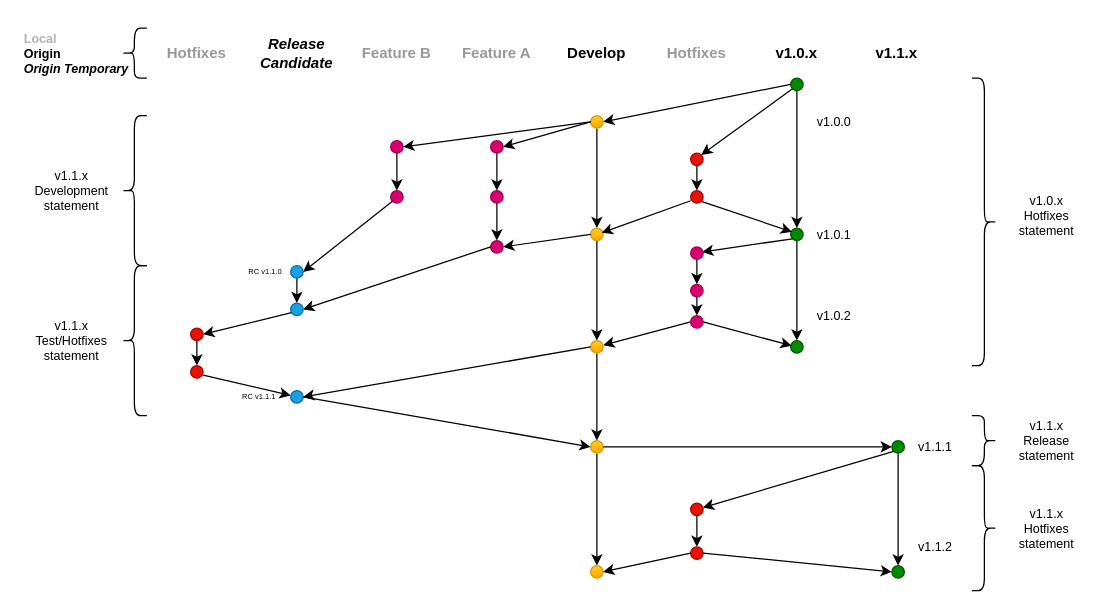
Earlier version of the draw.io diagram page "Page-2" (2 of 2) of gitflow1.drawio (bigkernel/docs). Source tidied: cells renumbered, new cells numbered last; positions are measured from the earlier drawing's top-left corner, leaving out a move shared by most shapes. Both pictures are drawn from the tidied source at 125%, with x=0, y=0 at pixel (21, 21).
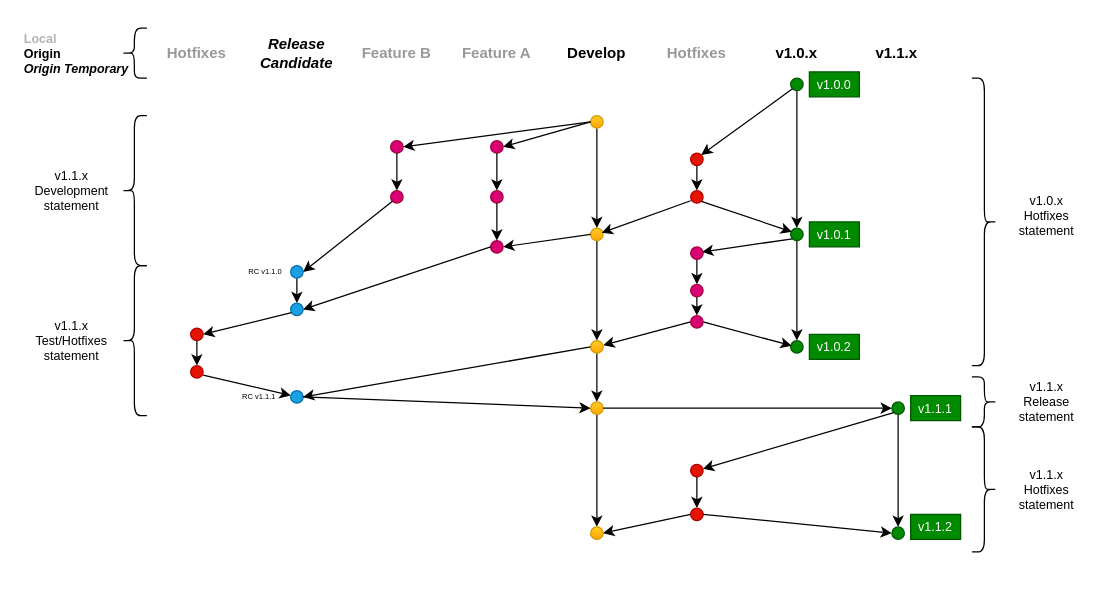
Above is the later version.

Unchanged cells that the change refers to:
```xml
<mxCell id="8" style="ellipse;whiteSpace=wrap;html=1;fillColor=#008a00;strokeColor=#005700;fontColor=#ffffff;" parent="1" vertex="1">
  <mxGeometry x="615" y="45" width="10" height="10" as="geometry" />
</mxCell>
<mxCell id="10" style="ellipse;whiteSpace=wrap;html=1;fillColor=#ffcd28;strokeColor=#d79b00;gradientColor=#ffa500;" parent="1" vertex="1">
  <mxGeometry x="455" y="75" width="10" height="10" as="geometry" />
</mxCell>
```

Diff of the diagram source:
```diff
@@
-    <mxCell id="11" style="endArrow=classic;html=1;exitX=0;exitY=0.5;exitDx=0;exitDy=0;entryX=1;entryY=0.5;entryDx=0;entryDy=0;" parent="1" edge="1" source="8" target="10">
-      <mxGeometry relative="1" as="geometry" />
-    </mxCell>
@@
-    <mxCell id="15" value="v1.0.0" style="text;html=1;strokeColor=none;fillColor=none;align=center;verticalAlign=middle;whiteSpace=wrap;rounded=0;fontSize=10;" parent="1" vertex="1">
-      <mxGeometry x="630" y="70" width="40" height="20" as="geometry" />
+    <mxCell id="15" value="v1.0.0" style="text;html=1;strokeColor=#005700;fillColor=#008a00;align=center;verticalAlign=middle;whiteSpace=wrap;rounded=0;fontSize=10;fontColor=#ffffff;" parent="1" vertex="1">
+      <mxGeometry x="630" y="40" width="40" height="20" as="geometry" />
     </mxCell>
@@
     <mxCell id="38" style="ellipse;whiteSpace=wrap;html=1;fillColor=#ffcd28;strokeColor=#d79b00;gradientColor=#ffa500;" parent="1" vertex="1">
-      <mxGeometry x="455" y="335" width="10" height="10" as="geometry" />
+      <mxGeometry x="455" y="304" width="10" height="10" as="geometry" />
     </mxCell>
@@
-    <mxCell id="53" value="v1.0.1" style="text;html=1;strokeColor=none;fillColor=none;align=center;verticalAlign=middle;whiteSpace=wrap;rounded=0;fontSize=10;" parent="1" vertex="1">
+    <mxCell id="53" value="v1.0.1" style="text;html=1;strokeColor=#005700;fillColor=#008a00;align=center;verticalAlign=middle;whiteSpace=wrap;rounded=0;fontSize=10;fontColor=#ffffff;" parent="1" vertex="1">
       <mxGeometry x="630" y="160" width="40" height="20" as="geometry" />
     </mxCell>
@@
-    <mxCell id="60" value="v1.0.2" style="text;html=1;strokeColor=none;fillColor=none;align=center;verticalAlign=middle;whiteSpace=wrap;rounded=0;fontSize=10;" parent="1" vertex="1">
-      <mxGeometry x="630" y="225" width="40" height="20" as="geometry" />
+    <mxCell id="60" value="v1.0.2" style="text;html=1;strokeColor=#005700;fillColor=#008a00;align=center;verticalAlign=middle;whiteSpace=wrap;rounded=0;fontSize=10;fontColor=#ffffff;" parent="1" vertex="1">
+      <mxGeometry x="630" y="250" width="40" height="20" as="geometry" />
     </mxCell>
@@
     <mxCell id="62" style="ellipse;whiteSpace=wrap;html=1;fillColor=#008a00;strokeColor=#005700;fontColor=#ffffff;" parent="1" vertex="1">
-      <mxGeometry x="696" y="335" width="10" height="10" as="geometry" />
+      <mxGeometry x="696" y="304" width="10" height="10" as="geometry" />
     </mxCell>
@@
-    <mxCell id="64" value="v1.1.1" style="text;html=1;strokeColor=none;fillColor=none;align=center;verticalAlign=middle;whiteSpace=wrap;rounded=0;fontSize=10;" parent="1" vertex="1">
-      <mxGeometry x="711" y="330" width="40" height="20" as="geometry" />
+    <mxCell id="64" value="v1.1.1" style="text;html=1;strokeColor=#005700;fillColor=#008a00;align=center;verticalAlign=middle;whiteSpace=wrap;rounded=0;fontSize=10;fontColor=#ffffff;" parent="1" vertex="1">
+      <mxGeometry x="711" y="299" width="40" height="20" as="geometry" />
     </mxCell>
@@
     <mxCell id="66" style="ellipse;whiteSpace=wrap;html=1;fillColor=#e51400;strokeColor=#B20000;fontColor=#ffffff;" parent="1" vertex="1">
-      <mxGeometry x="535" y="385" width="10" height="10" as="geometry" />
+      <mxGeometry x="535" y="354" width="10" height="10" as="geometry" />
     </mxCell>
@@
     <mxCell id="68" style="ellipse;whiteSpace=wrap;html=1;fillColor=#e51400;strokeColor=#B20000;fontColor=#ffffff;" parent="1" vertex="1">
-      <mxGeometry x="535" y="420" width="10" height="10" as="geometry" />
+      <mxGeometry x="535" y="389" width="10" height="10" as="geometry" />
     </mxCell>
     <mxCell id="69" style="ellipse;whiteSpace=wrap;html=1;fillColor=#ffcd28;strokeColor=#d79b00;gradientColor=#ffa500;" parent="1" vertex="1">
-      <mxGeometry x="455" y="435" width="10" height="10" as="geometry" />
+      <mxGeometry x="455" y="404" width="10" height="10" as="geometry" />
     </mxCell>
     <mxCell id="70" style="ellipse;whiteSpace=wrap;html=1;fillColor=#008a00;strokeColor=#005700;fontColor=#ffffff;" parent="1" vertex="1">
-      <mxGeometry x="696" y="435" width="10" height="10" as="geometry" />
+      <mxGeometry x="696" y="404" width="10" height="10" as="geometry" />
     </mxCell>
@@
-    <mxCell id="73" value="v1.1.2" style="text;html=1;strokeColor=none;fillColor=none;align=center;verticalAlign=middle;whiteSpace=wrap;rounded=0;fontSize=10;" parent="1" vertex="1">
-      <mxGeometry x="711" y="410" width="40" height="20" as="geometry" />
+    <mxCell id="73" value="v1.1.2" style="text;html=1;strokeColor=#005700;fillColor=#008a00;align=center;verticalAlign=middle;whiteSpace=wrap;rounded=0;fontSize=10;fontColor=#ffffff;" parent="1" vertex="1">
+      <mxGeometry x="711" y="394" width="40" height="20" as="geometry" />
     </mxCell>
@@
     <mxCell id="78" style="shape=curlyBracket;whiteSpace=wrap;html=1;rounded=1;fontSize=10;fontColor=#000000;direction=west;" parent="1" vertex="1">
-      <mxGeometry x="760" y="315" width="20" height="40" as="geometry" />
+      <mxGeometry x="760" y="284" width="20" height="40" as="geometry" />
     </mxCell>
     <mxCell id="79" value="v1.1.x Release statement" style="text;html=1;strokeColor=none;fillColor=none;align=center;verticalAlign=middle;whiteSpace=wrap;rounded=0;fontSize=10;fontColor=#000000;" parent="1" vertex="1">
-      <mxGeometry x="800" y="325" width="40" height="20" as="geometry" />
+      <mxGeometry x="800" y="294" width="40" height="20" as="geometry" />
     </mxCell>
     <mxCell id="80" style="shape=curlyBracket;whiteSpace=wrap;html=1;rounded=1;fontSize=10;fontColor=#000000;direction=west;" parent="1" vertex="1">
-      <mxGeometry x="760" y="355" width="20" height="100" as="geometry" />
+      <mxGeometry x="760" y="324" width="20" height="100" as="geometry" />
     </mxCell>
     <mxCell id="81" value="v1.1.x Hotfixes statement" style="text;html=1;strokeColor=none;fillColor=none;align=center;verticalAlign=middle;whiteSpace=wrap;rounded=0;fontSize=10;fontColor=#000000;" parent="1" vertex="1">
-      <mxGeometry x="800" y="395" width="40" height="20" as="geometry" />
+      <mxGeometry x="800" y="364" width="40" height="20" as="geometry" />
     </mxCell>
```
